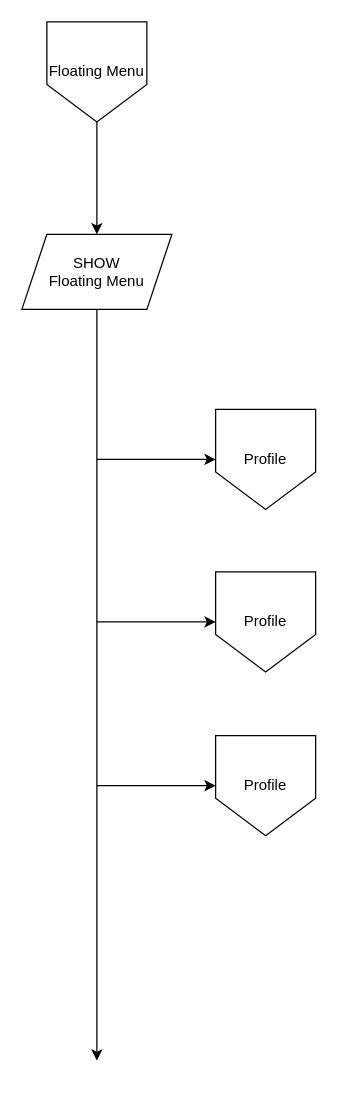
Earlier version of the draw.io diagram page "Floating Menu" (4 of 6) of diagrams/RoomSecurity.drawio.xml (N-Jacques/RoomSecurity). Source tidied: cells renumbered, new cells numbered last; positions are measured from the earlier drawing's top-left corner, leaving out a move shared by most shapes. Both pictures are drawn from the tidied source at 125%, with x=0, y=0 at pixel (21, 21).
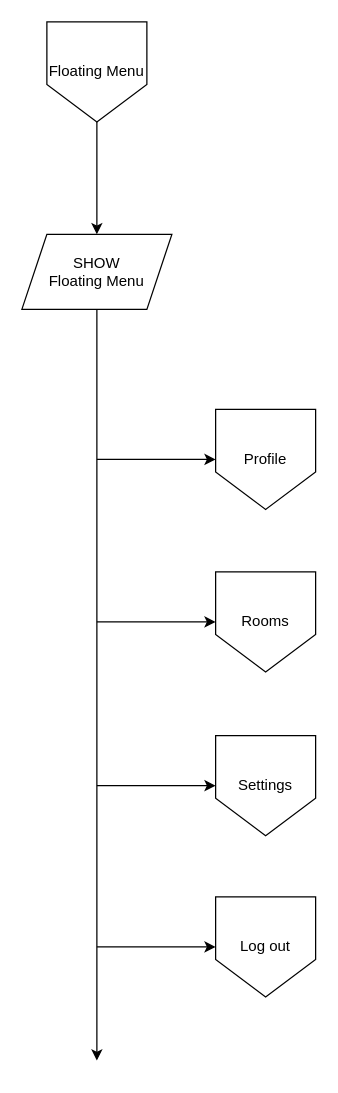
The same diagram, later.

The edit, as a diff of the source:
```diff
@@
 <mxGraphModel>
   <root>
     <mxCell id="0" />
     <mxCell id="1" parent="0" />
     <mxCell id="2" style="edgeStyle=orthogonalEdgeStyle;rounded=0;jettySize=auto;html=1;" parent="1" edge="1" source="3" target="4">
       <mxGeometry relative="1" as="geometry" />
     </mxCell>
     <mxCell id="3" value="Floating Menu" style="shape=offPageConnector;whiteSpace=wrap;html=1;" parent="1" vertex="1">
       <mxGeometry x="20" width="80" height="80" as="geometry" />
     </mxCell>
     <mxCell id="4" value="SHOW&lt;div&gt;Floating Menu&lt;/div&gt;" style="shape=parallelogram;perimeter=parallelogramPerimeter;whiteSpace=wrap;html=1;fixedSize=1;" parent="1" vertex="1">
       <mxGeometry y="170" width="120" height="60" as="geometry" />
     </mxCell>
     <mxCell id="5" style="endArrow=classic;html=1;rounded=0;exitX=0.5;exitY=1;exitDx=0;exitDy=0;" parent="1" edge="1" source="4">
       <mxGeometry relative="1" as="geometry">
         <mxPoint x="60" y="831" as="targetPoint" />
       </mxGeometry>
     </mxCell>
     <mxCell id="6" style="endArrow=classic;html=1;rounded=0;entryX=0;entryY=0.5;entryDx=0;entryDy=0;" parent="1" edge="1" target="7">
       <mxGeometry relative="1" as="geometry">
         <mxPoint x="60" y="350" as="sourcePoint" />
       </mxGeometry>
     </mxCell>
     <mxCell id="7" value="Profile" style="shape=offPageConnector;whiteSpace=wrap;html=1;" parent="1" vertex="1">
       <mxGeometry x="155" y="310" width="80" height="80" as="geometry" />
     </mxCell>
     <mxCell id="8" style="endArrow=classic;html=1;rounded=0;entryX=0;entryY=0.5;entryDx=0;entryDy=0;" parent="1" edge="1" target="9">
       <mxGeometry relative="1" as="geometry">
         <mxPoint x="60" y="480" as="sourcePoint" />
       </mxGeometry>
     </mxCell>
-    <mxCell id="9" value="Profile" style="shape=offPageConnector;whiteSpace=wrap;html=1;" parent="1" vertex="1">
+    <mxCell id="9" value="Rooms" style="shape=offPageConnector;whiteSpace=wrap;html=1;" parent="1" vertex="1">
       <mxGeometry x="155" y="440" width="80" height="80" as="geometry" />
     </mxCell>
     <mxCell id="10" style="endArrow=classic;html=1;rounded=0;entryX=0;entryY=0.5;entryDx=0;entryDy=0;" parent="1" edge="1" target="11">
       <mxGeometry relative="1" as="geometry">
         <mxPoint x="60" y="611" as="sourcePoint" />
       </mxGeometry>
     </mxCell>
-    <mxCell id="11" value="Profile" style="shape=offPageConnector;whiteSpace=wrap;html=1;" parent="1" vertex="1">
+    <mxCell id="11" value="Settings" style="shape=offPageConnector;whiteSpace=wrap;html=1;" parent="1" vertex="1">
       <mxGeometry x="155" y="571" width="80" height="80" as="geometry" />
     </mxCell>
+    <mxCell id="12" style="endArrow=classic;html=1;rounded=0;entryX=0;entryY=0.5;entryDx=0;entryDy=0;" parent="1" edge="1" target="13">
+      <mxGeometry relative="1" as="geometry">
+        <mxPoint x="60" y="740" as="sourcePoint" />
+      </mxGeometry>
+    </mxCell>
+    <mxCell id="13" value="Log out" style="shape=offPageConnector;whiteSpace=wrap;html=1;" parent="1" vertex="1">
+      <mxGeometry x="155" y="700" width="80" height="80" as="geometry" />
+    </mxCell>
   </root>
 </mxGraphModel>
```
